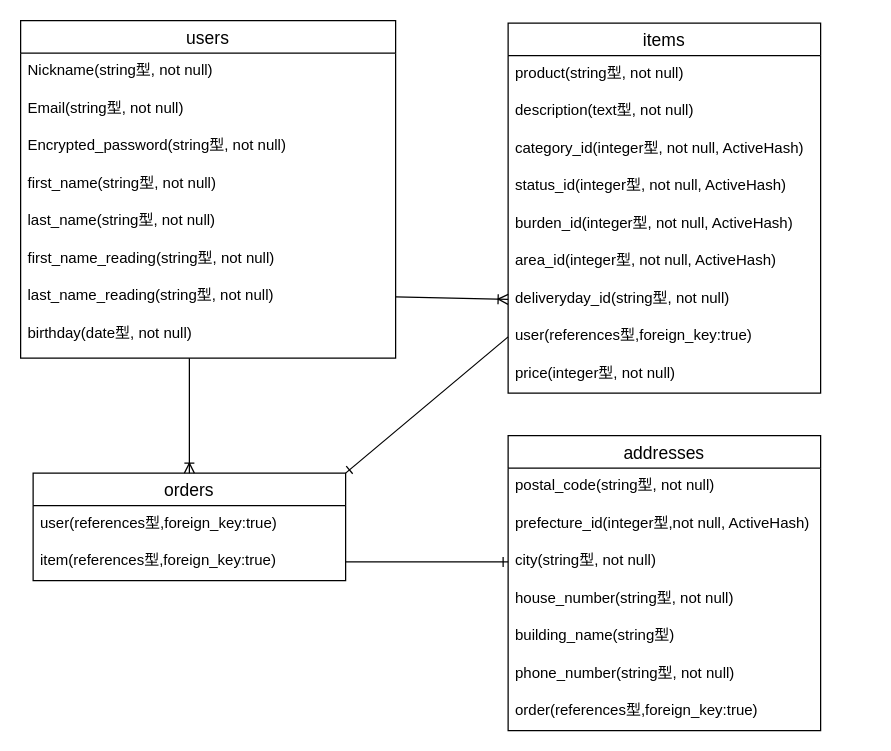
The draw.io diagram test.dio in n622ryo/furima-31017, before the edit. Source tidied: cells renumbered, new cells numbered last; positions are measured from the earlier drawing's top-left corner, leaving out a move shared by most shapes. Both pictures are drawn from the tidied source at 125%, with x=0, y=0 at pixel (20, 20).
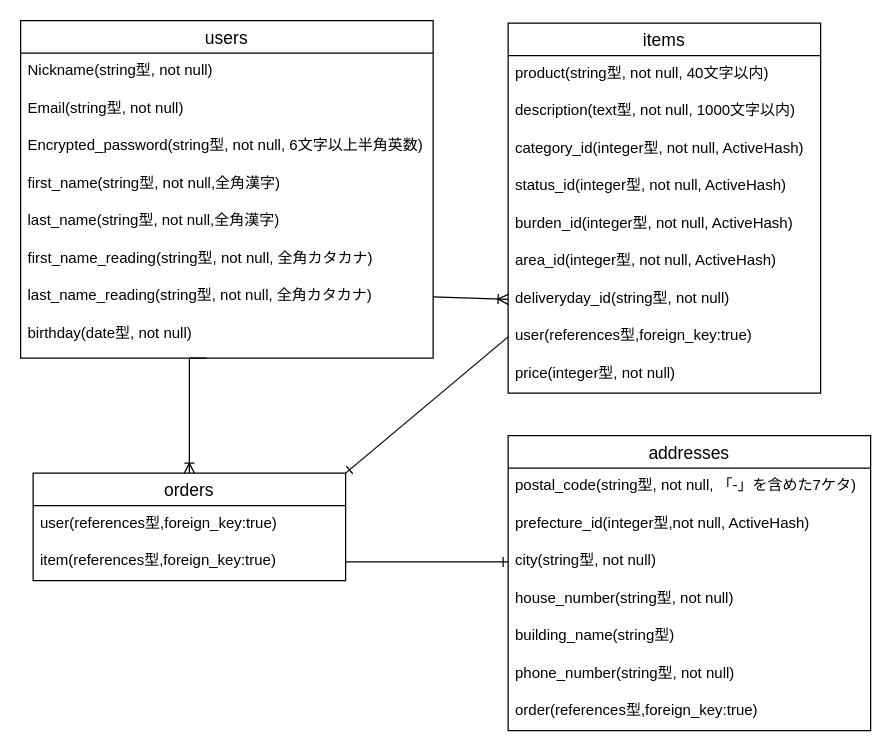
The same diagram, later.

Unchanged cells that the change refers to:
```xml
<mxCell id="10" value="orders" style="swimlane;fontStyle=0;horizontal=1;startSize=26;align=center;fontSize=14;" parent="1" vertex="1">
  <mxGeometry x="10" y="362" width="250" height="86" as="geometry" />
</mxCell>
<mxCell id="14" value="items" style="swimlane;fontStyle=0;horizontal=1;startSize=26;align=center;fontSize=14;" parent="1" vertex="1">
  <mxGeometry x="390" y="2" width="250" height="296" as="geometry" />
</mxCell>
```

Change to the diagram source:
```diff
@@
     <mxCell id="2" value="addresses" style="swimlane;fontStyle=0;horizontal=1;startSize=26;align=center;fontSize=14;" parent="1" vertex="1">
-      <mxGeometry x="390" y="332" width="250" height="236" as="geometry" />
+      <mxGeometry x="390" y="332" width="290" height="236" as="geometry" />
     </mxCell>
-    <mxCell id="3" value="postal_code(string型, not null)" style="text;strokeColor=none;fillColor=none;spacingLeft=4;spacingRight=4;overflow=hidden;fontSize=12;" parent="2" vertex="1">
-      <mxGeometry y="26" width="250" height="30" as="geometry" />
+    <mxCell id="3" value="postal_code(string型, not null, 「-」を含めた7ケタ)&#10;" style="text;strokeColor=none;fillColor=none;spacingLeft=4;spacingRight=4;overflow=hidden;fontSize=12;" parent="2" vertex="1">
+      <mxGeometry y="26" width="290" height="30" as="geometry" />
     </mxCell>
     <mxCell id="4" value="prefecture_id(integer型,not null, ActiveHash)&#10;" style="text;strokeColor=none;fillColor=none;spacingLeft=4;spacingRight=4;overflow=hidden;fontSize=12;" parent="2" vertex="1">
-      <mxGeometry y="56" width="250" height="30" as="geometry" />
+      <mxGeometry y="56" width="290" height="30" as="geometry" />
     </mxCell>
     <mxCell id="5" value="city(string型, not null)" style="text;strokeColor=none;fillColor=none;spacingLeft=4;spacingRight=4;overflow=hidden;points=[[0,0.5],[1,0.5]];portConstraint=eastwest;fontSize=12;" parent="2" vertex="1">
-      <mxGeometry y="86" width="250" height="30" as="geometry" />
+      <mxGeometry y="86" width="290" height="30" as="geometry" />
     </mxCell>
     <mxCell id="6" value="house_number(string型, not null)" style="text;strokeColor=none;fillColor=none;spacingLeft=4;spacingRight=4;overflow=hidden;fontSize=12;" parent="2" vertex="1">
-      <mxGeometry y="116" width="250" height="30" as="geometry" />
+      <mxGeometry y="116" width="290" height="30" as="geometry" />
     </mxCell>
     <mxCell id="7" value="building_name(string型)" style="text;strokeColor=none;fillColor=none;spacingLeft=4;spacingRight=4;overflow=hidden;fontSize=12;" parent="2" vertex="1">
-      <mxGeometry y="146" width="250" height="30" as="geometry" />
+      <mxGeometry y="146" width="290" height="30" as="geometry" />
     </mxCell>
     <mxCell id="8" value="phone_number(string型, not null)" style="text;strokeColor=none;fillColor=none;spacingLeft=4;spacingRight=4;overflow=hidden;fontSize=12;" parent="2" vertex="1">
-      <mxGeometry y="176" width="250" height="30" as="geometry" />
+      <mxGeometry y="176" width="290" height="30" as="geometry" />
     </mxCell>
     <mxCell id="9" value="order(references型,foreign_key:true)" style="text;strokeColor=none;fillColor=none;spacingLeft=4;spacingRight=4;overflow=hidden;fontSize=12;" parent="2" vertex="1">
-      <mxGeometry y="206" width="250" height="30" as="geometry" />
+      <mxGeometry y="206" width="290" height="30" as="geometry" />
     </mxCell>
@@
-    <mxCell id="15" value="product(string型, not null)" style="text;strokeColor=none;fillColor=none;spacingLeft=4;spacingRight=4;overflow=hidden;fontSize=12;" parent="14" vertex="1">
+    <mxCell id="15" value="product(string型, not null, 40文字以内)" style="text;strokeColor=none;fillColor=none;spacingLeft=4;spacingRight=4;overflow=hidden;fontSize=12;" parent="14" vertex="1">
       <mxGeometry y="26" width="250" height="30" as="geometry" />
     </mxCell>
-    <mxCell id="16" value="description(text型, not null)" style="text;strokeColor=none;fillColor=none;spacingLeft=4;spacingRight=4;overflow=hidden;fontSize=12;" parent="14" vertex="1">
+    <mxCell id="16" value="description(text型, not null, 1000文字以内)" style="text;strokeColor=none;fillColor=none;spacingLeft=4;spacingRight=4;overflow=hidden;fontSize=12;" parent="14" vertex="1">
       <mxGeometry y="56" width="250" height="30" as="geometry" />
     </mxCell>
@@
     <mxCell id="24" value="users" style="swimlane;fontStyle=0;horizontal=1;startSize=26;align=center;fontSize=14;" parent="1" vertex="1">
-      <mxGeometry width="300" height="270" as="geometry" />
+      <mxGeometry width="330" height="270" as="geometry" />
     </mxCell>
     <mxCell id="25" value="Nickname(string型, not null)" style="text;strokeColor=none;fillColor=none;spacingLeft=4;spacingRight=4;overflow=hidden;fontSize=12;" parent="24" vertex="1">
-      <mxGeometry y="26" width="300" height="30" as="geometry" />
+      <mxGeometry y="26" width="330" height="30" as="geometry" />
     </mxCell>
     <mxCell id="26" value="Email(string型, not null)" style="text;strokeColor=none;fillColor=none;spacingLeft=4;spacingRight=4;overflow=hidden;fontSize=12;" parent="24" vertex="1">
-      <mxGeometry y="56" width="300" height="30" as="geometry" />
+      <mxGeometry y="56" width="330" height="30" as="geometry" />
     </mxCell>
-    <mxCell id="27" value="Encrypted_password(string型, not null)" style="text;strokeColor=none;fillColor=none;spacingLeft=4;spacingRight=4;overflow=hidden;fontSize=12;" parent="24" vertex="1">
-      <mxGeometry y="86" width="300" height="30" as="geometry" />
+    <mxCell id="27" value="Encrypted_password(string型, not null, 6文字以上半角英数)" style="text;strokeColor=none;fillColor=none;spacingLeft=4;spacingRight=4;overflow=hidden;fontSize=12;" parent="24" vertex="1">
+      <mxGeometry y="86" width="330" height="30" as="geometry" />
     </mxCell>
-    <mxCell id="28" value="first_name(string型, not null)" style="text;strokeColor=none;fillColor=none;spacingLeft=4;spacingRight=4;overflow=hidden;fontSize=12;" parent="24" vertex="1">
-      <mxGeometry y="116" width="300" height="30" as="geometry" />
+    <mxCell id="28" value="first_name(string型, not null,全角漢字)" style="text;strokeColor=none;fillColor=none;spacingLeft=4;spacingRight=4;overflow=hidden;fontSize=12;" parent="24" vertex="1">
+      <mxGeometry y="116" width="330" height="30" as="geometry" />
     </mxCell>
-    <mxCell id="29" value="last_name(string型, not null)" style="text;strokeColor=none;fillColor=none;spacingLeft=4;spacingRight=4;overflow=hidden;fontSize=12;" parent="24" vertex="1">
-      <mxGeometry y="146" width="300" height="30" as="geometry" />
+    <mxCell id="29" value="last_name(string型, not null,全角漢字)" style="text;strokeColor=none;fillColor=none;spacingLeft=4;spacingRight=4;overflow=hidden;fontSize=12;" parent="24" vertex="1">
+      <mxGeometry y="146" width="330" height="30" as="geometry" />
     </mxCell>
-    <mxCell id="30" value="first_name_reading(string型, not null)" style="text;strokeColor=none;fillColor=none;spacingLeft=4;spacingRight=4;overflow=hidden;fontSize=12;" parent="24" vertex="1">
-      <mxGeometry y="176" width="300" height="30" as="geometry" />
+    <mxCell id="30" value="first_name_reading(string型, not null, 全角カタカナ)" style="text;strokeColor=none;fillColor=none;spacingLeft=4;spacingRight=4;overflow=hidden;fontSize=12;" parent="24" vertex="1">
+      <mxGeometry y="176" width="330" height="30" as="geometry" />
     </mxCell>
-    <mxCell id="31" value="last_name_reading(string型, not null)" style="text;strokeColor=none;fillColor=none;spacingLeft=4;spacingRight=4;overflow=hidden;points=[[0,0.5],[1,0.5]];portConstraint=eastwest;fontSize=12;" parent="24" vertex="1">
-      <mxGeometry y="206" width="300" height="30" as="geometry" />
+    <mxCell id="31" value="last_name_reading(string型, not null, 全角カタカナ)" style="text;strokeColor=none;fillColor=none;spacingLeft=4;spacingRight=4;overflow=hidden;points=[[0,0.5],[1,0.5]];portConstraint=eastwest;fontSize=12;" parent="24" vertex="1">
+      <mxGeometry y="206" width="330" height="30" as="geometry" />
     </mxCell>
     <mxCell id="32" value="birthday(date型, not null)" style="text;strokeColor=none;fillColor=none;spacingLeft=4;spacingRight=4;overflow=hidden;points=[[0,0.5],[1,0.5]];portConstraint=eastwest;fontSize=12;" parent="24" vertex="1">
-      <mxGeometry y="236" width="300" height="34" as="geometry" />
+      <mxGeometry y="236" width="330" height="34" as="geometry" />
     </mxCell>
     <mxCell id="33" style="edgeStyle=orthogonalEdgeStyle;rounded=0;jettySize=auto;html=1;exitX=0.45;exitY=1;exitDx=0;exitDy=0;entryX=0.5;entryY=0;entryDx=0;entryDy=0;endArrow=ERoneToMany;endFill=0;exitPerimeter=0;" parent="1" edge="1" source="32" target="10">
-      <mxGeometry relative="1" as="geometry" />
+      <mxGeometry relative="1" as="geometry">
+        <Array as="points">
+          <mxPoint x="135" y="270" />
+        </Array>
+      </mxGeometry>
     </mxCell>
```
